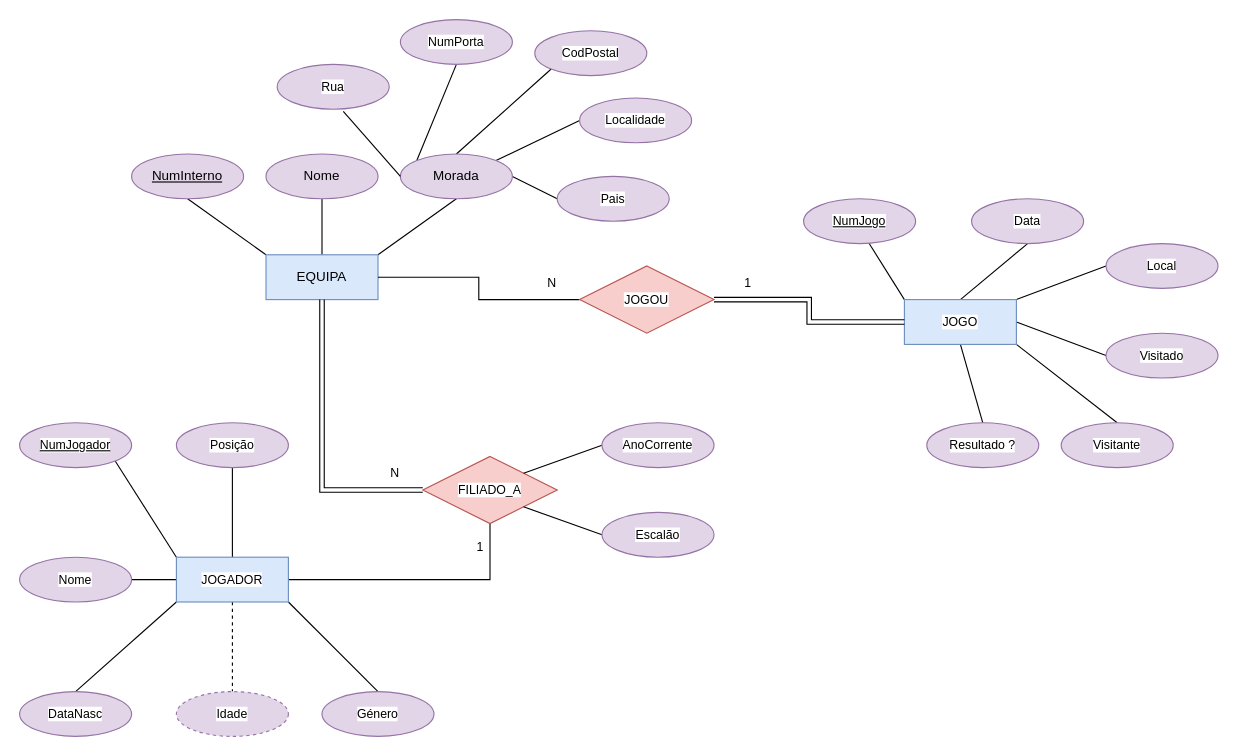
MarceloPalamaryuk/Analise-de-Sistemas keeps this draw.io diagram as 0811-14721.drawio. Above is the earlier version. Source tidied: cells renumbered, new cells numbered last; positions are measured from the earlier drawing's top-left corner, leaving out a move shared by most shapes. Both pictures are drawn from the tidied source at 112%, with x=0, y=0 at pixel (19, 19).
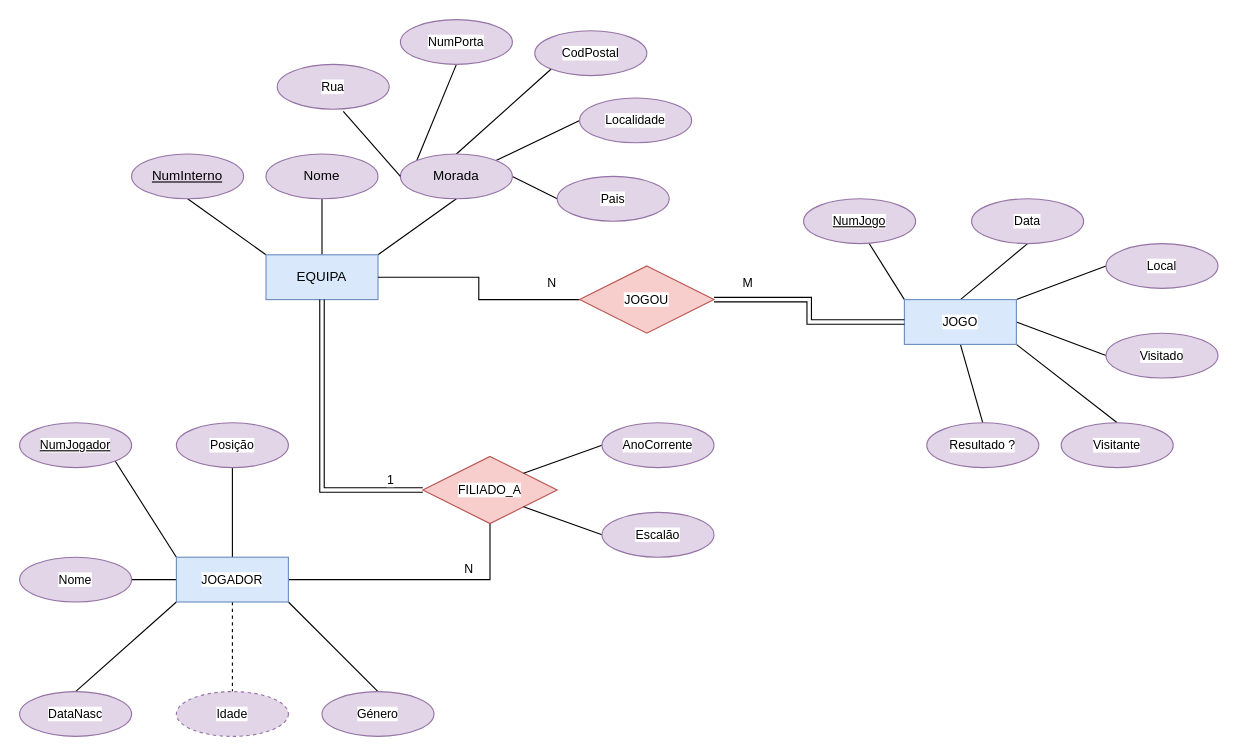
The same page after the edit.

Unchanged cells that the change refers to:
```xml
<mxCell id="25" style="edgeStyle=orthogonalEdgeStyle;shape=connector;rounded=0;jettySize=auto;html=1;exitX=1;exitY=0.5;exitDx=0;exitDy=0;entryX=0.5;entryY=1;entryDx=0;entryDy=0;strokeColor=default;align=center;verticalAlign=middle;fontFamily=Helvetica;fontSize=11;fontColor=default;labelBackgroundColor=default;endArrow=none;endFill=0;" parent="1" edge="1" source="26" target="53">
  <mxGeometry relative="1" as="geometry" />
</mxCell>
<mxCell id="51" style="edgeStyle=orthogonalEdgeStyle;shape=link;rounded=0;jettySize=auto;html=1;exitX=0;exitY=0.5;exitDx=0;exitDy=0;entryX=0.5;entryY=1;entryDx=0;entryDy=0;strokeColor=default;align=center;verticalAlign=middle;fontFamily=Helvetica;fontSize=11;fontColor=default;labelBackgroundColor=default;endArrow=none;endFill=0;" parent="1" edge="1" source="53" target="5">
  <mxGeometry relative="1" as="geometry" />
</mxCell>
```

Diff of the diagram source:
```diff
@@
+    <mxCell id="54" value="N" style="edgeLabel;html=1;align=center;verticalAlign=middle;" parent="25" vertex="1">
+      <mxGeometry x="0.17" relative="1" as="geometry">
+        <mxPoint x="25" y="-10" as="offset" />
+      </mxGeometry>
+    </mxCell>
@@
-    <mxCell id="50" value="1" style="text;html=1;align=center;verticalAlign=middle;strokeColor=none;fillColor=none;fontFamily=Helvetica;fontSize=11;fontColor=default;labelBackgroundColor=default;" parent="1" vertex="1">
+    <mxCell id="50" value="M" style="text;html=1;align=center;verticalAlign=middle;strokeColor=none;fillColor=none;fontFamily=Helvetica;fontSize=11;fontColor=default;labelBackgroundColor=default;" parent="1" vertex="1">
       <mxGeometry x="635" y="220" width="30" height="30" as="geometry" />
     </mxCell>
@@
     <mxCell id="52" value="1" style="edgeLabel;html=1;align=center;verticalAlign=middle;fontFamily=Helvetica;fontSize=11;fontColor=default;labelBackgroundColor=default;" parent="51" vertex="1">
       <mxGeometry x="-0.84" y="-42" relative="1" as="geometry">
-        <mxPoint x="71" y="92" as="offset" />
+        <mxPoint x="-9" y="32" as="offset" />
       </mxGeometry>
     </mxCell>
@@
-    <mxCell id="54" value="N" style="text;html=1;align=center;verticalAlign=middle;strokeColor=none;fillColor=none;fontFamily=Helvetica;fontSize=11;fontColor=default;labelBackgroundColor=default;" parent="1" vertex="1">
-      <mxGeometry x="320" y="390" width="30" height="30" as="geometry" />
-    </mxCell>
```
